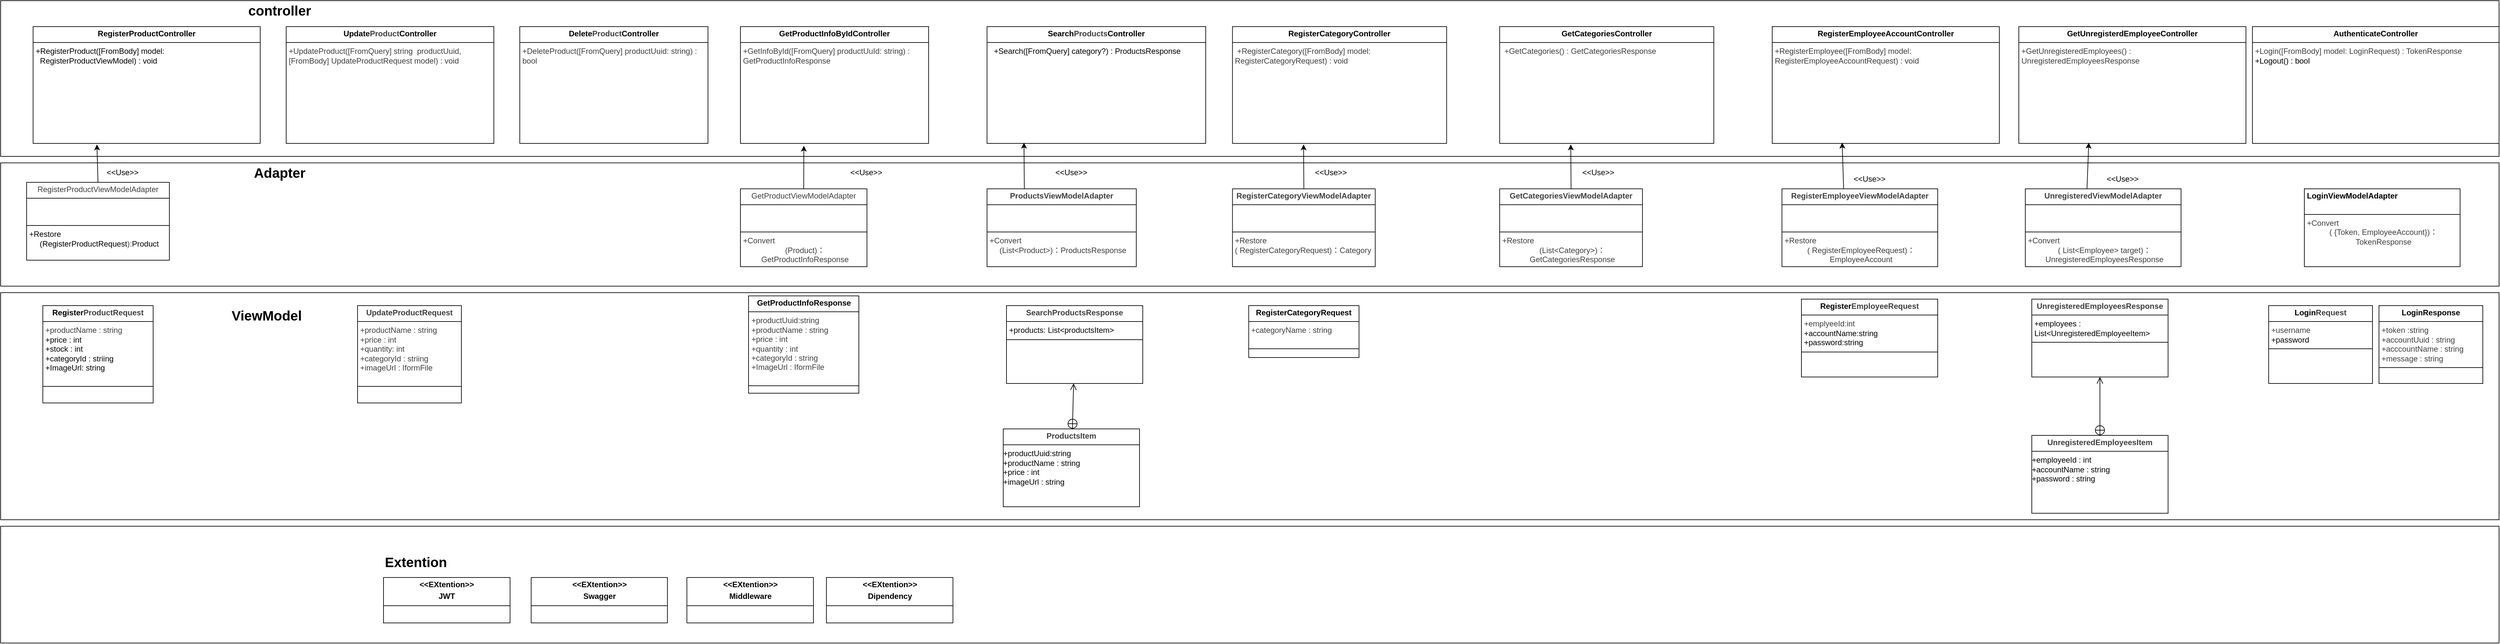
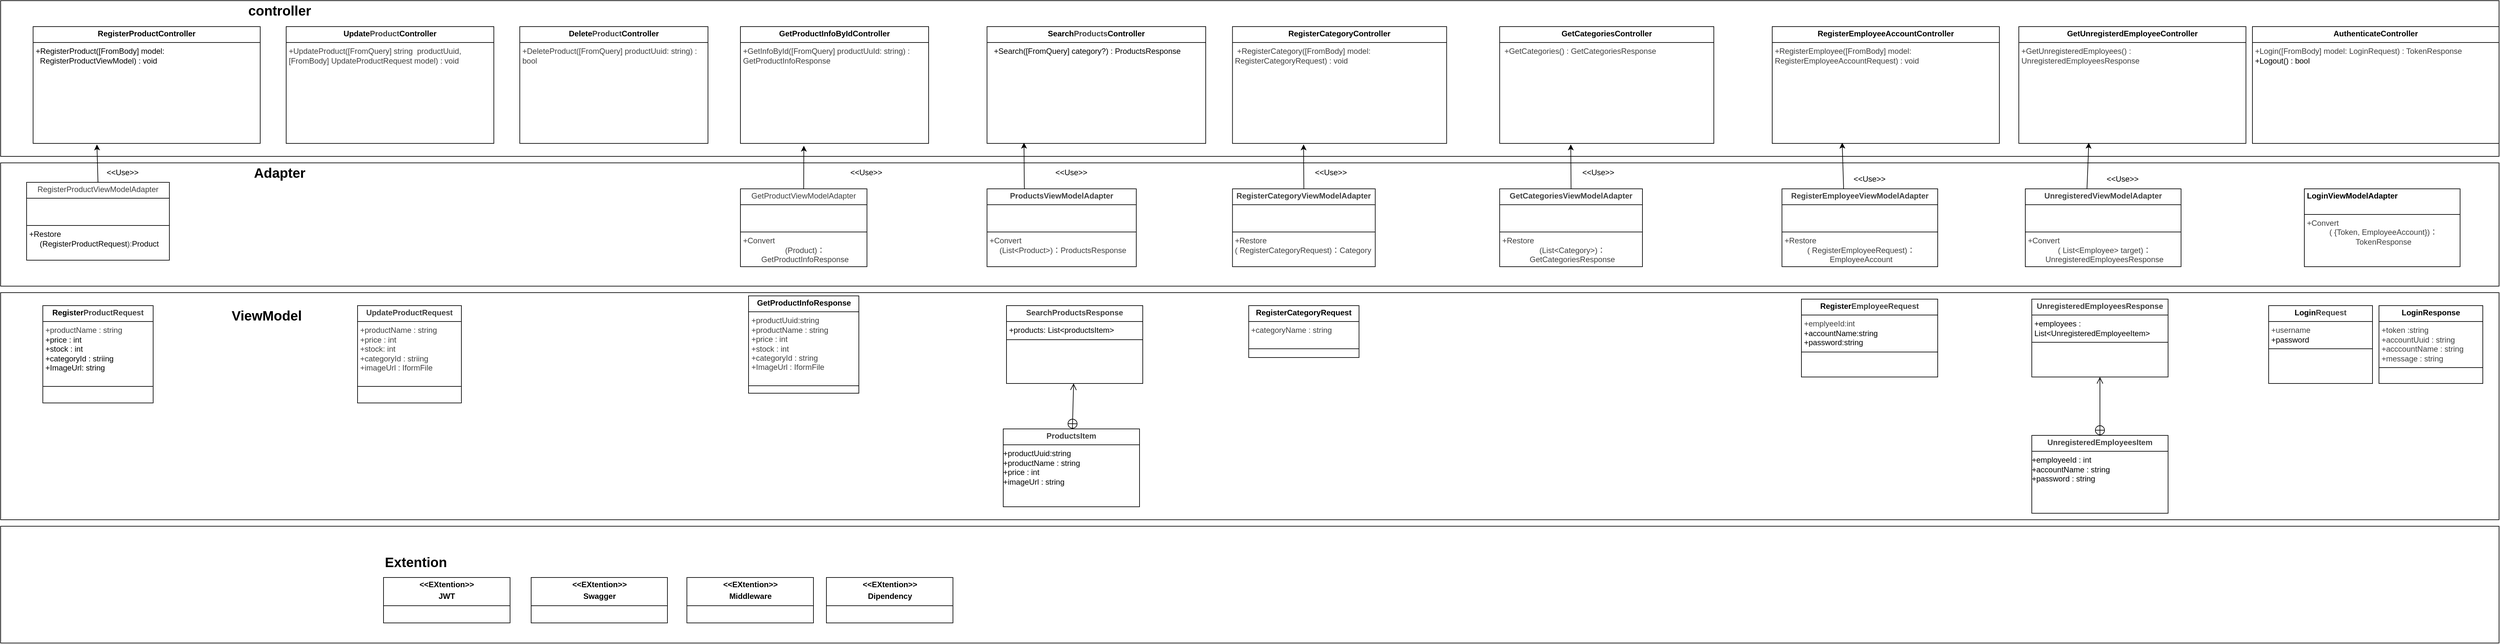
<mxfile host="65bd71144e">
    <diagram id="EApjV0AEF5bl3lN2ML2e" name="ページ1">
-         <mxGraphModel dx="2465" dy="260" grid="1" gridSize="10" guides="1" tooltips="1" connect="1" arrows="1" fold="1" page="1" pageScale="1" pageWidth="827" pageHeight="1169" math="0" shadow="0">
+         <mxGraphModel dx="2790" dy="684" grid="1" gridSize="10" guides="1" tooltips="1" connect="1" arrows="1" fold="1" page="1" pageScale="1" pageWidth="827" pageHeight="1169" math="0" shadow="0">
            <root>
                <mxCell id="0"/>
                <mxCell id="1" parent="0"/>
                <mxCell id="115" value="" style="rounded=0;whiteSpace=wrap;html=1;" parent="1" vertex="1">
                    <mxGeometry x="-1030" y="1640" width="3850" height="180" as="geometry"/>
                </mxCell>
                <mxCell id="110" value="" style="rounded=0;whiteSpace=wrap;html=1;" parent="1" vertex="1">
                    <mxGeometry x="-1030" y="1280" width="3850" height="350" as="geometry"/>
                </mxCell>
                <mxCell id="108" value="" style="rounded=0;whiteSpace=wrap;html=1;" parent="1" vertex="1">
                    <mxGeometry x="-1030" y="830" width="3850" height="240" as="geometry"/>
                </mxCell>
                <mxCell id="66" value="" style="rounded=0;whiteSpace=wrap;html=1;" parent="1" vertex="1">
                    <mxGeometry x="-1030" y="1080" width="3850" height="190" as="geometry"/>
                </mxCell>
                <mxCell id="2" value="&lt;p style=&quot;margin:0px;margin-top:4px;text-align:center;&quot;&gt;&lt;b&gt;RegisterProductController&lt;/b&gt;&lt;/p&gt;&lt;hr size=&quot;1&quot; style=&quot;border-style:solid;&quot;&gt;&lt;p style=&quot;margin:0px;margin-left:4px;&quot;&gt;+RegisterProduct([FromBody] model:&amp;nbsp; &amp;nbsp;&amp;nbsp;&lt;/p&gt;&lt;p style=&quot;margin:0px;margin-left:4px;&quot;&gt;&amp;nbsp; RegisterProductViewModel) : void&lt;/p&gt;&lt;div&gt;&lt;br&gt;&lt;/div&gt;" style="verticalAlign=top;align=left;overflow=fill;html=1;whiteSpace=wrap;" parent="1" vertex="1">
                    <mxGeometry x="-980" y="870" width="350" height="180" as="geometry"/>
                </mxCell>
                <mxCell id="3" value="&lt;p style=&quot;margin:0px;margin-top:4px;text-align:center;&quot;&gt;&lt;b&gt;Register&lt;span style=&quot;color: rgb(63, 63, 63);&quot;&gt;ProductRequest&lt;/span&gt;&lt;/b&gt;&lt;/p&gt;&lt;hr size=&quot;1&quot; style=&quot;border-style:solid;&quot;&gt;&lt;p style=&quot;margin:0px;margin-left:4px;&quot;&gt;&lt;span style=&quot;color: rgb(63, 63, 63); background-color: transparent;&quot;&gt;+productName : string&lt;/span&gt;&lt;/p&gt;&lt;p style=&quot;margin:0px;margin-left:4px;&quot;&gt;+price : int&lt;/p&gt;&lt;p style=&quot;margin:0px;margin-left:4px;&quot;&gt;+stock : int&lt;/p&gt;&lt;p style=&quot;margin:0px;margin-left:4px;&quot;&gt;+categoryId : striing&lt;/p&gt;&lt;p style=&quot;margin:0px;margin-left:4px;&quot;&gt;+ImageUrl: string&lt;/p&gt;&lt;p style=&quot;margin:0px;margin-left:4px;&quot;&gt;&lt;br&gt;&lt;/p&gt;&lt;hr size=&quot;1&quot; style=&quot;border-style:solid;&quot;&gt;&lt;p style=&quot;margin:0px;margin-left:4px;&quot;&gt;&lt;br&gt;&lt;/p&gt;" style="verticalAlign=top;align=left;overflow=fill;html=1;whiteSpace=wrap;" parent="1" vertex="1">
                    <mxGeometry x="-965" y="1300" width="170" height="150" as="geometry"/>
                </mxCell>
                <mxCell id="4" value="&lt;p style=&quot;margin:0px;margin-top:4px;text-align:center;&quot;&gt;&lt;span style=&quot;color: rgb(63, 63, 63); background-color: transparent;&quot;&gt;Register&lt;span style=&quot;color: rgb(63, 63, 63); scrollbar-color: rgb(226, 226, 226) rgb(251, 251, 251);&quot;&gt;Product&lt;/span&gt;ViewModelAdapter&lt;/span&gt;&lt;/p&gt;&lt;hr size=&quot;1&quot; style=&quot;border-style:solid;&quot;&gt;&lt;p style=&quot;margin:0px;margin-left:4px;&quot;&gt;&lt;br&gt;&lt;/p&gt;&lt;p style=&quot;margin:0px;margin-left:4px;&quot;&gt;&lt;br&gt;&lt;/p&gt;&lt;hr size=&quot;1&quot; style=&quot;border-style:solid;&quot;&gt;&lt;p style=&quot;margin:0px;margin-left:4px;&quot;&gt;+Restore&lt;/p&gt;&lt;p style=&quot;text-align: center; margin: 0px 0px 0px 4px;&quot;&gt;&lt;span style=&quot;background-color: transparent;&quot;&gt;(RegisterProductRequest&lt;/span&gt;&lt;span style=&quot;background-color: transparent; color: rgb(63, 63, 63);&quot;&gt;):&lt;/span&gt;&lt;span style=&quot;background-color: transparent;&quot;&gt;Product&lt;/span&gt;&lt;/p&gt;" style="verticalAlign=top;align=left;overflow=fill;html=1;whiteSpace=wrap;" parent="1" vertex="1">
                    <mxGeometry x="-990" y="1110" width="220" height="120" as="geometry"/>
                </mxCell>
                <mxCell id="5" value="&lt;p style=&quot;margin:0px;margin-top:4px;text-align:center;&quot;&gt;&lt;b&gt;Update&lt;/b&gt;&lt;b style=&quot;color: rgb(63, 63, 63); scrollbar-color: rgb(226, 226, 226) rgb(251, 251, 251);&quot;&gt;Product&lt;/b&gt;&lt;b&gt;Controller&lt;/b&gt;&lt;/p&gt;&lt;hr size=&quot;1&quot; style=&quot;border-style:solid;&quot;&gt;&lt;p style=&quot;margin:0px;margin-left:4px;&quot;&gt;&lt;/p&gt;&lt;p style=&quot;margin:0px;margin-left:4px;&quot;&gt;&lt;span style=&quot;color: rgb(63, 63, 63); background-color: transparent;&quot;&gt;+UpdateProduct([FromQuery] string&amp;nbsp; productUuid,&amp;nbsp; [FromBody] UpdateProductRequest model) : void&lt;/span&gt;&lt;/p&gt;" style="verticalAlign=top;align=left;overflow=fill;html=1;whiteSpace=wrap;" parent="1" vertex="1">
                    <mxGeometry x="-590" y="870" width="320" height="180" as="geometry"/>
                </mxCell>
                <mxCell id="6" value="&lt;p style=&quot;margin:0px;margin-top:4px;text-align:center;&quot;&gt;&lt;b&gt;Delete&lt;/b&gt;&lt;b style=&quot;color: rgb(63, 63, 63); scrollbar-color: rgb(226, 226, 226) rgb(251, 251, 251);&quot;&gt;Product&lt;/b&gt;&lt;b&gt;Controller&lt;/b&gt;&lt;/p&gt;&lt;hr size=&quot;1&quot; style=&quot;border-style:solid;&quot;&gt;&lt;p style=&quot;color: rgb(63, 63, 63); scrollbar-color: rgb(226, 226, 226) rgb(251, 251, 251); margin: 0px 0px 0px 4px;&quot;&gt;&lt;span style=&quot;background-color: transparent;&quot;&gt;+DeleteProduct([FromQuery] productUuid: string) : bool&lt;/span&gt;&lt;/p&gt;" style="verticalAlign=top;align=left;overflow=fill;html=1;whiteSpace=wrap;" parent="1" vertex="1">
                    <mxGeometry x="-230" y="870" width="290" height="180" as="geometry"/>
                </mxCell>
                <mxCell id="7" value="&lt;p style=&quot;margin:0px;margin-top:4px;text-align:center;&quot;&gt;&lt;b&gt;Search&lt;/b&gt;&lt;b style=&quot;color: rgb(63, 63, 63); scrollbar-color: rgb(226, 226, 226) rgb(251, 251, 251);&quot;&gt;Products&lt;/b&gt;&lt;b&gt;Controller&lt;/b&gt;&lt;/p&gt;&lt;hr size=&quot;1&quot; style=&quot;border-style:solid;&quot;&gt;&lt;p style=&quot;margin:0px;margin-left:4px;&quot;&gt;&amp;nbsp; +Search([FromQuery] category?) : ProductsResponse&lt;/p&gt;" style="verticalAlign=top;align=left;overflow=fill;html=1;whiteSpace=wrap;" parent="1" vertex="1">
                    <mxGeometry x="490" y="870" width="337" height="180" as="geometry"/>
                </mxCell>
                <mxCell id="8" value="&lt;p style=&quot;margin:0px;margin-top:4px;text-align:center;&quot;&gt;&lt;b&gt;RegisterEmployeeAccountController&lt;/b&gt;&lt;/p&gt;&lt;hr size=&quot;1&quot; style=&quot;border-style:solid;&quot;&gt;&lt;p style=&quot;margin:0px;margin-left:4px;&quot;&gt;&lt;span style=&quot;color: rgb(63, 63, 63); background-color: transparent;&quot;&gt;+RegisterEmployee([FromBody] model: RegisterEmployeeAccountRequest) : void&lt;/span&gt;&lt;/p&gt;&lt;div&gt;&lt;br&gt;&lt;/div&gt;" style="verticalAlign=top;align=left;overflow=fill;html=1;whiteSpace=wrap;" parent="1" vertex="1">
                    <mxGeometry x="1700" y="870" width="350" height="180" as="geometry"/>
                </mxCell>
                <mxCell id="9" value="&lt;p style=&quot;margin:0px;margin-top:4px;text-align:center;&quot;&gt;&lt;b&gt;AuthenticateController&lt;/b&gt;&lt;/p&gt;&lt;hr size=&quot;1&quot; style=&quot;border-style:solid;&quot;&gt;&lt;p style=&quot;margin:0px;margin-left:4px;&quot;&gt;&lt;span style=&quot;color: rgb(63, 63, 63); background-color: transparent;&quot;&gt;+Login([FromBody] model: LoginRequest) : TokenResponse&amp;nbsp;&lt;/span&gt;&lt;/p&gt;&lt;p style=&quot;margin:0px;margin-left:4px;&quot;&gt;+Logout() : bool&lt;/p&gt;" style="verticalAlign=top;align=left;overflow=fill;html=1;whiteSpace=wrap;" parent="1" vertex="1">
                    <mxGeometry x="2440" y="870" width="380" height="180" as="geometry"/>
                </mxCell>
-                 <mxCell id="10" value="&lt;p style=&quot;margin:0px;margin-top:4px;text-align:center;&quot;&gt;&lt;b&gt;&lt;span style=&quot;background-color: transparent; color: rgb(63, 63, 63); scrollbar-color: rgb(226, 226, 226) rgb(251, 251, 251);&quot;&gt;Update&lt;/span&gt;&lt;span style=&quot;color: rgb(63, 63, 63);&quot;&gt;ProductRequest&lt;/span&gt;&lt;/b&gt;&lt;/p&gt;&lt;hr size=&quot;1&quot; style=&quot;border-style:solid;&quot;&gt;&lt;p style=&quot;color: rgb(63, 63, 63); scrollbar-color: rgb(226, 226, 226) rgb(251, 251, 251); margin: 0px 0px 0px 4px;&quot;&gt;&lt;span style=&quot;scrollbar-color: rgb(226, 226, 226) rgb(251, 251, 251); background-color: transparent; color: rgb(63, 63, 63);&quot;&gt;+productName : string&lt;/span&gt;&lt;/p&gt;&lt;p style=&quot;color: rgb(63, 63, 63); scrollbar-color: rgb(226, 226, 226) rgb(251, 251, 251); margin: 0px 0px 0px 4px;&quot;&gt;+price : int&lt;/p&gt;&lt;p style=&quot;color: rgb(63, 63, 63); scrollbar-color: rgb(226, 226, 226) rgb(251, 251, 251); margin: 0px 0px 0px 4px;&quot;&gt;+quantity: int&lt;/p&gt;&lt;p style=&quot;color: rgb(63, 63, 63); scrollbar-color: rgb(226, 226, 226) rgb(251, 251, 251); margin: 0px 0px 0px 4px;&quot;&gt;+categoryId : striing&lt;/p&gt;&lt;p style=&quot;color: rgb(63, 63, 63); scrollbar-color: rgb(226, 226, 226) rgb(251, 251, 251); margin: 0px 0px 0px 4px;&quot;&gt;+imageUrl : IformFile&lt;/p&gt;&lt;p style=&quot;color: rgb(63, 63, 63); scrollbar-color: rgb(226, 226, 226) rgb(251, 251, 251); margin: 0px 0px 0px 4px;&quot;&gt;&lt;br style=&quot;color: rgb(63, 63, 63); scrollbar-color: rgb(226, 226, 226) rgb(251, 251, 251);&quot;&gt;&lt;/p&gt;&lt;hr size=&quot;1&quot; style=&quot;border-style:solid;&quot;&gt;&lt;p style=&quot;margin:0px;margin-left:4px;&quot;&gt;&lt;br&gt;&lt;/p&gt;" style="verticalAlign=top;align=left;overflow=fill;html=1;whiteSpace=wrap;" parent="1" vertex="1">
+                 <mxCell id="10" value="&lt;p style=&quot;margin:0px;margin-top:4px;text-align:center;&quot;&gt;&lt;b&gt;&lt;span style=&quot;background-color: transparent; color: rgb(63, 63, 63); scrollbar-color: rgb(226, 226, 226) rgb(251, 251, 251);&quot;&gt;Update&lt;/span&gt;&lt;span style=&quot;color: rgb(63, 63, 63);&quot;&gt;ProductRequest&lt;/span&gt;&lt;/b&gt;&lt;/p&gt;&lt;hr size=&quot;1&quot; style=&quot;border-style:solid;&quot;&gt;&lt;p style=&quot;color: rgb(63, 63, 63); scrollbar-color: rgb(226, 226, 226) rgb(251, 251, 251); margin: 0px 0px 0px 4px;&quot;&gt;&lt;span style=&quot;scrollbar-color: rgb(226, 226, 226) rgb(251, 251, 251); background-color: transparent; color: rgb(63, 63, 63);&quot;&gt;+productName : string&lt;/span&gt;&lt;/p&gt;&lt;p style=&quot;color: rgb(63, 63, 63); scrollbar-color: rgb(226, 226, 226) rgb(251, 251, 251); margin: 0px 0px 0px 4px;&quot;&gt;+price : int&lt;/p&gt;&lt;p style=&quot;color: rgb(63, 63, 63); scrollbar-color: rgb(226, 226, 226) rgb(251, 251, 251); margin: 0px 0px 0px 4px;&quot;&gt;+stock: int&lt;/p&gt;&lt;p style=&quot;color: rgb(63, 63, 63); scrollbar-color: rgb(226, 226, 226) rgb(251, 251, 251); margin: 0px 0px 0px 4px;&quot;&gt;+categoryId : striing&lt;/p&gt;&lt;p style=&quot;color: rgb(63, 63, 63); scrollbar-color: rgb(226, 226, 226) rgb(251, 251, 251); margin: 0px 0px 0px 4px;&quot;&gt;+imageUrl : IformFile&lt;/p&gt;&lt;p style=&quot;color: rgb(63, 63, 63); scrollbar-color: rgb(226, 226, 226) rgb(251, 251, 251); margin: 0px 0px 0px 4px;&quot;&gt;&lt;br style=&quot;color: rgb(63, 63, 63); scrollbar-color: rgb(226, 226, 226) rgb(251, 251, 251);&quot;&gt;&lt;/p&gt;&lt;hr size=&quot;1&quot; style=&quot;border-style:solid;&quot;&gt;&lt;p style=&quot;margin:0px;margin-left:4px;&quot;&gt;&lt;br&gt;&lt;/p&gt;" style="verticalAlign=top;align=left;overflow=fill;html=1;whiteSpace=wrap;" parent="1" vertex="1">
                    <mxGeometry x="-480" y="1300" width="160" height="150" as="geometry"/>
                </mxCell>
                <mxCell id="12" value="&lt;p style=&quot;margin:0px;margin-top:4px;text-align:center;&quot;&gt;&lt;b&gt;Register&lt;/b&gt;&lt;b style=&quot;scrollbar-color: rgb(226, 226, 226) rgb(251, 251, 251); background-color: transparent; color: rgb(63, 63, 63);&quot;&gt;EmployeeRequest&lt;/b&gt;&lt;/p&gt;&lt;hr size=&quot;1&quot; style=&quot;border-style:solid;&quot;&gt;&lt;p style=&quot;margin:0px;margin-left:4px;&quot;&gt;&lt;span style=&quot;color: rgb(63, 63, 63); background-color: transparent;&quot;&gt;+emplyeeId:int&lt;/span&gt;&lt;/p&gt;&lt;p style=&quot;margin:0px;margin-left:4px;&quot;&gt;+accountName:string&lt;/p&gt;&lt;p style=&quot;margin:0px;margin-left:4px;&quot;&gt;+password:string&lt;/p&gt;&lt;hr size=&quot;1&quot; style=&quot;border-style:solid;&quot;&gt;&lt;p style=&quot;margin:0px;margin-left:4px;&quot;&gt;&lt;br&gt;&lt;/p&gt;" style="verticalAlign=top;align=left;overflow=fill;html=1;whiteSpace=wrap;" parent="1" vertex="1">
                    <mxGeometry x="1745" y="1290" width="210" height="120" as="geometry"/>
                </mxCell>
                <mxCell id="13" value="&lt;p style=&quot;margin:0px;margin-top:4px;text-align:center;&quot;&gt;&lt;b style=&quot;color: rgb(63, 63, 63); background-color: transparent;&quot;&gt;Register&lt;span style=&quot;color: rgb(63, 63, 63);&quot;&gt;Employee&lt;/span&gt;ViewModelAdapter&lt;/b&gt;&lt;/p&gt;&lt;hr size=&quot;1&quot; style=&quot;border-style:solid;&quot;&gt;&lt;p style=&quot;margin:0px;margin-left:4px;&quot;&gt;&lt;br&gt;&lt;/p&gt;&lt;p style=&quot;margin:0px;margin-left:4px;&quot;&gt;&lt;br&gt;&lt;/p&gt;&lt;hr size=&quot;1&quot; style=&quot;border-style:solid;&quot;&gt;&lt;p style=&quot;margin:0px;margin-left:4px;&quot;&gt;&lt;span style=&quot;color: rgb(63, 63, 63); scrollbar-color: rgb(226, 226, 226) rgb(251, 251, 251); background-color: transparent;&quot;&gt;+Restore&lt;/span&gt;&lt;/p&gt;&lt;p style=&quot;text-align: center; margin: 0px 0px 0px 4px;&quot;&gt;&lt;span style=&quot;color: rgb(63, 63, 63); scrollbar-color: rgb(226, 226, 226) rgb(251, 251, 251); background-color: transparent;&quot;&gt;(&lt;/span&gt;&lt;span style=&quot;scrollbar-color: rgb(226, 226, 226) rgb(251, 251, 251); background-color: transparent; text-align: center; color: rgb(63, 63, 63);&quot;&gt;&amp;nbsp;RegisterEmployeeRequest&lt;/span&gt;&lt;span style=&quot;background-color: transparent; scrollbar-color: rgb(226, 226, 226) rgb(251, 251, 251); color: rgb(63, 63, 63);&quot;&gt;)&lt;/span&gt;&lt;span style=&quot;background-color: transparent; color: rgb(63, 63, 63);&quot;&gt;：EmployeeAccount&lt;/span&gt;&lt;/p&gt;" style="verticalAlign=top;align=left;overflow=fill;html=1;whiteSpace=wrap;" parent="1" vertex="1">
                    <mxGeometry x="1715" y="1120" width="240" height="120" as="geometry"/>
                </mxCell>
                <mxCell id="16" value="&lt;p style=&quot;margin:0px;margin-top:4px;text-align:center;&quot;&gt;&lt;b&gt;Login&lt;span style=&quot;color: rgb(63, 63, 63);&quot;&gt;Request&lt;/span&gt;&lt;/b&gt;&lt;/p&gt;&lt;hr size=&quot;1&quot; style=&quot;border-style:solid;&quot;&gt;&lt;p style=&quot;margin:0px;margin-left:4px;&quot;&gt;&lt;span style=&quot;color: rgb(63, 63, 63); background-color: transparent;&quot;&gt;+username&lt;/span&gt;&lt;/p&gt;&lt;p style=&quot;margin:0px;margin-left:4px;&quot;&gt;+password&lt;/p&gt;&lt;hr size=&quot;1&quot; style=&quot;border-style:solid;&quot;&gt;&lt;p style=&quot;margin:0px;margin-left:4px;&quot;&gt;&lt;br&gt;&lt;/p&gt;" style="verticalAlign=top;align=left;overflow=fill;html=1;whiteSpace=wrap;" parent="1" vertex="1">
                    <mxGeometry x="2465" y="1300" width="160" height="120" as="geometry"/>
                </mxCell>
                <mxCell id="17" value="&lt;p style=&quot;margin:0px;margin-top:4px;text-align:center;&quot;&gt;&lt;b&gt;LoginResponse&lt;/b&gt;&lt;/p&gt;&lt;hr size=&quot;1&quot; style=&quot;border-style:solid;&quot;&gt;&lt;p style=&quot;margin:0px;margin-left:4px;&quot;&gt;&lt;span style=&quot;color: rgb(63, 63, 63); background-color: transparent;&quot;&gt;+token :string&lt;/span&gt;&lt;/p&gt;&lt;p style=&quot;margin:0px;margin-left:4px;&quot;&gt;&lt;span style=&quot;color: rgb(63, 63, 63); background-color: transparent;&quot;&gt;+accountUuid : string&lt;/span&gt;&lt;/p&gt;&lt;p style=&quot;margin:0px;margin-left:4px;&quot;&gt;&lt;span style=&quot;color: rgb(63, 63, 63); background-color: transparent;&quot;&gt;+acccountName : string&lt;/span&gt;&lt;/p&gt;&lt;p style=&quot;margin:0px;margin-left:4px;&quot;&gt;&lt;span style=&quot;color: rgb(63, 63, 63); background-color: transparent;&quot;&gt;+message : string&lt;/span&gt;&lt;/p&gt;&lt;hr size=&quot;1&quot; style=&quot;border-style:solid;&quot;&gt;&lt;p style=&quot;margin:0px;margin-left:4px;&quot;&gt;&lt;br&gt;&lt;/p&gt;" style="verticalAlign=top;align=left;overflow=fill;html=1;whiteSpace=wrap;" parent="1" vertex="1">
                    <mxGeometry x="2635" y="1300" width="160" height="120" as="geometry"/>
                </mxCell>
                <mxCell id="18" value="&lt;p style=&quot;margin:0px;margin-top:4px;text-align:center;&quot;&gt;&lt;b&gt;&amp;lt;&amp;lt;EXtention&amp;gt;&amp;gt;&lt;/b&gt;&lt;/p&gt;&lt;p style=&quot;margin:0px;margin-top:4px;text-align:center;&quot;&gt;&lt;b&gt;JWT&lt;/b&gt;&lt;/p&gt;&lt;hr size=&quot;1&quot; style=&quot;border-style:solid;&quot;&gt;&lt;p style=&quot;margin:0px;margin-left:4px;&quot;&gt;&lt;br&gt;&lt;/p&gt;&lt;p style=&quot;margin:0px;margin-left:4px;&quot;&gt;&lt;br&gt;&lt;/p&gt;&lt;hr size=&quot;1&quot; style=&quot;border-style:solid;&quot;&gt;&lt;p style=&quot;margin:0px;margin-left:4px;&quot;&gt;&lt;br&gt;&lt;/p&gt;&lt;p style=&quot;margin:0px;margin-left:4px;&quot;&gt;&lt;br&gt;&lt;/p&gt;" style="verticalAlign=top;align=left;overflow=fill;html=1;whiteSpace=wrap;" parent="1" vertex="1">
                    <mxGeometry x="-440" y="1719" width="195" height="70" as="geometry"/>
                </mxCell>
                <mxCell id="19" value="&lt;p style=&quot;margin:0px;margin-top:4px;text-align:center;&quot;&gt;&lt;b&gt;&amp;lt;&amp;lt;EXtention&amp;gt;&amp;gt;&lt;/b&gt;&lt;/p&gt;&lt;p style=&quot;margin:0px;margin-top:4px;text-align:center;&quot;&gt;&lt;b&gt;Swagger&lt;/b&gt;&lt;/p&gt;&lt;hr size=&quot;1&quot; style=&quot;border-style:solid;&quot;&gt;&lt;p style=&quot;margin:0px;margin-left:4px;&quot;&gt;&lt;br&gt;&lt;/p&gt;&lt;p style=&quot;margin:0px;margin-left:4px;&quot;&gt;&lt;br&gt;&lt;/p&gt;&lt;hr size=&quot;1&quot; style=&quot;border-style:solid;&quot;&gt;&lt;p style=&quot;margin:0px;margin-left:4px;&quot;&gt;&lt;br&gt;&lt;/p&gt;" style="verticalAlign=top;align=left;overflow=fill;html=1;whiteSpace=wrap;" parent="1" vertex="1">
                    <mxGeometry x="-212.5" y="1719" width="210" height="70" as="geometry"/>
                </mxCell>
                <mxCell id="20" value="&lt;p style=&quot;margin:0px;margin-top:4px;text-align:center;&quot;&gt;&lt;b&gt;&amp;lt;&amp;lt;EXtention&amp;gt;&amp;gt;&lt;/b&gt;&lt;/p&gt;&lt;p style=&quot;margin:0px;margin-top:4px;text-align:center;&quot;&gt;&lt;b&gt;Middleware&lt;/b&gt;&lt;/p&gt;&lt;hr size=&quot;1&quot; style=&quot;border-style:solid;&quot;&gt;&lt;p style=&quot;margin:0px;margin-left:4px;&quot;&gt;&lt;br&gt;&lt;/p&gt;&lt;hr size=&quot;1&quot; style=&quot;border-style:solid;&quot;&gt;&lt;p style=&quot;margin:0px;margin-left:4px;&quot;&gt;&lt;br&gt;&lt;/p&gt;" style="verticalAlign=top;align=left;overflow=fill;html=1;whiteSpace=wrap;" parent="1" vertex="1">
                    <mxGeometry x="27.5" y="1719" width="195" height="70" as="geometry"/>
                </mxCell>
                <mxCell id="21" value="&lt;p style=&quot;margin:0px;margin-top:4px;text-align:center;&quot;&gt;&lt;b&gt;&amp;lt;&amp;lt;EXtention&amp;gt;&amp;gt;&lt;/b&gt;&lt;/p&gt;&lt;p style=&quot;margin:0px;margin-top:4px;text-align:center;&quot;&gt;&lt;b&gt;Dipendency&lt;/b&gt;&lt;/p&gt;&lt;hr size=&quot;1&quot; style=&quot;border-style:solid;&quot;&gt;&lt;p style=&quot;margin:0px;margin-left:4px;&quot;&gt;&lt;br&gt;&lt;/p&gt;&lt;hr size=&quot;1&quot; style=&quot;border-style:solid;&quot;&gt;&lt;p style=&quot;margin:0px;margin-left:4px;&quot;&gt;&lt;br&gt;&lt;/p&gt;&lt;p style=&quot;margin:0px;margin-left:4px;&quot;&gt;&lt;br&gt;&lt;/p&gt;" style="verticalAlign=top;align=left;overflow=fill;html=1;whiteSpace=wrap;" parent="1" vertex="1">
                    <mxGeometry x="242.5" y="1719" width="195" height="70" as="geometry"/>
                </mxCell>
                <mxCell id="22" value="&lt;p style=&quot;margin:0px;margin-top:4px;text-align:center;&quot;&gt;&lt;b&gt;RegisterCategoryController&lt;/b&gt;&lt;/p&gt;&lt;hr size=&quot;1&quot; style=&quot;border-style:solid;&quot;&gt;&lt;p style=&quot;margin:0px;margin-left:4px;&quot;&gt;&lt;/p&gt;&lt;p style=&quot;margin:0px;margin-left:4px;&quot;&gt;&lt;span style=&quot;color: rgb(63, 63, 63); background-color: transparent;&quot;&gt;&amp;nbsp;+RegisterCategory([FromBody] model: RegisterCategoryRequest) : void&lt;/span&gt;&lt;/p&gt;" style="verticalAlign=top;align=left;overflow=fill;html=1;whiteSpace=wrap;" parent="1" vertex="1">
                    <mxGeometry x="868.25" y="870" width="330" height="180" as="geometry"/>
                </mxCell>
                <mxCell id="23" value="&lt;p style=&quot;margin:0px;margin-top:4px;text-align:center;&quot;&gt;&lt;b&gt;RegisterCategoryRequest&lt;/b&gt;&lt;/p&gt;&lt;hr size=&quot;1&quot; style=&quot;border-style:solid;&quot;&gt;&lt;p style=&quot;color: rgb(63, 63, 63); scrollbar-color: rgb(226, 226, 226) rgb(251, 251, 251); margin: 0px 0px 0px 4px;&quot;&gt;+categoryName : string&lt;/p&gt;&lt;p style=&quot;margin:0px;margin-left:4px;&quot;&gt;&lt;br&gt;&lt;/p&gt;&lt;hr size=&quot;1&quot; style=&quot;border-style:solid;&quot;&gt;&lt;p style=&quot;margin:0px;margin-left:4px;&quot;&gt;&lt;br&gt;&lt;/p&gt;" style="verticalAlign=top;align=left;overflow=fill;html=1;whiteSpace=wrap;" parent="1" vertex="1">
                    <mxGeometry x="893.25" y="1300" width="170" height="80" as="geometry"/>
                </mxCell>
                <mxCell id="26" style="edgeStyle=none;html=1;exitX=0.5;exitY=0;exitDx=0;exitDy=0;entryX=0.281;entryY=1.009;entryDx=0;entryDy=0;entryPerimeter=0;" parent="1" source="4" target="2" edge="1">
                    <mxGeometry relative="1" as="geometry"/>
                </mxCell>
                <mxCell id="31" value="&lt;p style=&quot;margin:0px;margin-top:4px;text-align:center;&quot;&gt;&lt;b style=&quot;color: rgb(63, 63, 63); background-color: transparent;&quot;&gt;RegisterCategoryViewModelAdapter&lt;/b&gt;&lt;/p&gt;&lt;hr size=&quot;1&quot; style=&quot;border-style:solid;&quot;&gt;&lt;p style=&quot;margin:0px;margin-left:4px;&quot;&gt;&lt;br&gt;&lt;/p&gt;&lt;p style=&quot;margin:0px;margin-left:4px;&quot;&gt;&lt;br&gt;&lt;/p&gt;&lt;hr size=&quot;1&quot; style=&quot;border-style:solid;&quot;&gt;&lt;p style=&quot;margin:0px;margin-left:4px;&quot;&gt;&lt;span style=&quot;color: rgb(63, 63, 63); scrollbar-color: rgb(226, 226, 226) rgb(251, 251, 251); background-color: transparent;&quot;&gt;+Restore&lt;/span&gt;&lt;/p&gt;&lt;p style=&quot;margin:0px;margin-left:4px;&quot;&gt;&lt;span style=&quot;color: rgb(63, 63, 63); scrollbar-color: rgb(226, 226, 226) rgb(251, 251, 251); background-color: transparent;&quot;&gt;(&lt;/span&gt;&lt;span style=&quot;scrollbar-color: rgb(226, 226, 226) rgb(251, 251, 251); background-color: transparent; text-align: center; color: rgb(63, 63, 63);&quot;&gt;&amp;nbsp;RegisterCategoryRequest&lt;/span&gt;&lt;span style=&quot;background-color: transparent; scrollbar-color: rgb(226, 226, 226) rgb(251, 251, 251); color: rgb(63, 63, 63);&quot;&gt;)&lt;/span&gt;&lt;span style=&quot;background-color: transparent; color: rgb(63, 63, 63);&quot;&gt;：Category&lt;/span&gt;&lt;/p&gt;" style="verticalAlign=top;align=left;overflow=fill;html=1;whiteSpace=wrap;" parent="1" vertex="1">
                    <mxGeometry x="868.25" y="1120" width="220" height="120" as="geometry"/>
                </mxCell>
                <mxCell id="33" style="edgeStyle=none;html=1;exitX=0.5;exitY=0;exitDx=0;exitDy=0;entryX=0.332;entryY=1.009;entryDx=0;entryDy=0;entryPerimeter=0;" parent="1" source="31" target="22" edge="1">
                    <mxGeometry relative="1" as="geometry"/>
                </mxCell>
                <mxCell id="34" style="edgeStyle=none;html=1;exitX=0.396;exitY=0;exitDx=0;exitDy=0;entryX=0.308;entryY=0.994;entryDx=0;entryDy=0;entryPerimeter=0;exitPerimeter=0;" parent="1" source="13" target="8" edge="1">
                    <mxGeometry relative="1" as="geometry"/>
                </mxCell>
                <mxCell id="38" value="&amp;lt;&amp;lt;Use&amp;gt;&amp;gt;" style="text;html=1;align=center;verticalAlign=middle;whiteSpace=wrap;rounded=0;" parent="1" vertex="1">
                    <mxGeometry x="1820" y="1090" width="60" height="30" as="geometry"/>
                </mxCell>
                <mxCell id="39" value="&amp;lt;&amp;lt;Use&amp;gt;&amp;gt;" style="text;html=1;align=center;verticalAlign=middle;whiteSpace=wrap;rounded=0;" parent="1" vertex="1">
                    <mxGeometry x="990" y="1080" width="60" height="30" as="geometry"/>
                </mxCell>
                <mxCell id="42" value="&amp;lt;&amp;lt;Use&amp;gt;&amp;gt;" style="text;html=1;align=center;verticalAlign=middle;whiteSpace=wrap;rounded=0;" parent="1" vertex="1">
                    <mxGeometry x="-871.75" y="1080" width="60" height="30" as="geometry"/>
                </mxCell>
                <mxCell id="47" value="controller" style="text;html=1;align=center;verticalAlign=middle;whiteSpace=wrap;rounded=0;fontStyle=1;fontSize=21;" parent="1" vertex="1">
                    <mxGeometry x="-630" y="830" width="60" height="30" as="geometry"/>
                </mxCell>
                <mxCell id="64" value="Adapter" style="text;html=1;align=center;verticalAlign=middle;whiteSpace=wrap;rounded=0;fontStyle=1;fontSize=21;" parent="1" vertex="1">
                    <mxGeometry x="-630" y="1080" width="60" height="30" as="geometry"/>
                </mxCell>
                <mxCell id="67" value="ViewModel" style="text;html=1;align=center;verticalAlign=middle;whiteSpace=wrap;rounded=0;fontStyle=1;fontSize=21;" parent="1" vertex="1">
                    <mxGeometry x="-650" y="1300" width="60" height="30" as="geometry"/>
                </mxCell>
                <mxCell id="68" value="Extention" style="text;html=1;align=center;verticalAlign=middle;whiteSpace=wrap;rounded=0;fontStyle=1;fontSize=21;" parent="1" vertex="1">
                    <mxGeometry x="-420" y="1680" width="60" height="30" as="geometry"/>
                </mxCell>
                <mxCell id="80" value="&lt;p style=&quot;margin:0px;margin-top:4px;text-align:center;&quot;&gt;&lt;span style=&quot;color: rgb(63, 63, 63); background-color: transparent;&quot;&gt;&lt;b&gt;&lt;span style=&quot;color: rgb(63, 63, 63);&quot;&gt;Products&lt;/span&gt;ViewModelAdapter&lt;/b&gt;&lt;/span&gt;&lt;/p&gt;&lt;hr size=&quot;1&quot; style=&quot;border-style:solid;&quot;&gt;&lt;p style=&quot;margin:0px;margin-left:4px;&quot;&gt;&lt;br&gt;&lt;/p&gt;&lt;p style=&quot;margin:0px;margin-left:4px;&quot;&gt;&lt;br&gt;&lt;/p&gt;&lt;hr size=&quot;1&quot; style=&quot;border-style:solid;&quot;&gt;&lt;p style=&quot;margin:0px;margin-left:4px;&quot;&gt;&lt;span style=&quot;color: rgb(63, 63, 63); scrollbar-color: rgb(226, 226, 226) rgb(251, 251, 251); background-color: transparent;&quot;&gt;+Convert&lt;/span&gt;&lt;/p&gt;&lt;p style=&quot;text-align: center; margin: 0px 0px 0px 4px;&quot;&gt;&lt;span style=&quot;color: rgb(63, 63, 63); scrollbar-color: rgb(226, 226, 226) rgb(251, 251, 251); background-color: transparent;&quot;&gt;(List&amp;lt;Product&amp;gt;&lt;/span&gt;&lt;span style=&quot;background-color: transparent; scrollbar-color: rgb(226, 226, 226) rgb(251, 251, 251); color: rgb(63, 63, 63);&quot;&gt;)&lt;/span&gt;&lt;span style=&quot;background-color: transparent; color: rgb(63, 63, 63);&quot;&gt;：&lt;/span&gt;&lt;span style=&quot;background-color: transparent; scrollbar-color: rgb(226, 226, 226) rgb(251, 251, 251); color: rgb(63, 63, 63);&quot;&gt;ProductsResponse&lt;/span&gt;&lt;/p&gt;" style="verticalAlign=top;align=left;overflow=fill;html=1;whiteSpace=wrap;" parent="1" vertex="1">
                    <mxGeometry x="490" y="1120" width="230" height="120" as="geometry"/>
                </mxCell>
                <mxCell id="81" value="&amp;lt;&amp;lt;Use&amp;gt;&amp;gt;" style="text;html=1;align=center;verticalAlign=middle;whiteSpace=wrap;rounded=0;" parent="1" vertex="1">
                    <mxGeometry x="590" y="1080" width="60" height="30" as="geometry"/>
                </mxCell>
                <mxCell id="82" style="edgeStyle=none;html=1;exitX=0.25;exitY=0;exitDx=0;exitDy=0;entryX=0.169;entryY=0.994;entryDx=0;entryDy=0;entryPerimeter=0;" parent="1" source="80" target="7" edge="1">
                    <mxGeometry relative="1" as="geometry"/>
                </mxCell>
                <mxCell id="84" value="&lt;p style=&quot;margin:0px;margin-top:4px;text-align:center;&quot;&gt;&lt;b&gt;GetUnregisterdEmployeeController&lt;/b&gt;&lt;/p&gt;&lt;hr size=&quot;1&quot; style=&quot;border-style:solid;&quot;&gt;&lt;p style=&quot;margin:0px;margin-left:4px;&quot;&gt;&lt;span style=&quot;color: rgb(63, 63, 63); background-color: transparent;&quot;&gt;+GetUnregisteredEmployees() : UnregisteredEmployeesResponse&lt;/span&gt;&lt;/p&gt;&lt;div&gt;&lt;br&gt;&lt;/div&gt;" style="verticalAlign=top;align=left;overflow=fill;html=1;whiteSpace=wrap;" parent="1" vertex="1">
                    <mxGeometry x="2080" y="870" width="350" height="180" as="geometry"/>
                </mxCell>
                <mxCell id="85" value="&lt;p style=&quot;margin:0px;margin-top:4px;text-align:center;&quot;&gt;&lt;b style=&quot;color: rgb(63, 63, 63); background-color: transparent;&quot;&gt;UnregisteredViewModelAdapter&lt;/b&gt;&lt;/p&gt;&lt;hr size=&quot;1&quot; style=&quot;border-style:solid;&quot;&gt;&lt;p style=&quot;margin:0px;margin-left:4px;&quot;&gt;&lt;br&gt;&lt;/p&gt;&lt;p style=&quot;margin:0px;margin-left:4px;&quot;&gt;&lt;br&gt;&lt;/p&gt;&lt;hr size=&quot;1&quot; style=&quot;border-style:solid;&quot;&gt;&lt;p style=&quot;margin:0px;margin-left:4px;&quot;&gt;&lt;span style=&quot;color: rgb(63, 63, 63); scrollbar-color: rgb(226, 226, 226) rgb(251, 251, 251); background-color: transparent;&quot;&gt;+Convert&lt;/span&gt;&lt;/p&gt;&lt;p style=&quot;text-align: center; margin: 0px 0px 0px 4px;&quot;&gt;&lt;span style=&quot;color: rgb(63, 63, 63); scrollbar-color: rgb(226, 226, 226) rgb(251, 251, 251); background-color: transparent;&quot;&gt;(&lt;/span&gt;&lt;span style=&quot;scrollbar-color: rgb(226, 226, 226) rgb(251, 251, 251); background-color: transparent; text-align: center; color: rgb(63, 63, 63);&quot;&gt;&amp;nbsp;List&amp;lt;Employee&amp;gt; target&lt;/span&gt;&lt;span style=&quot;background-color: transparent; scrollbar-color: rgb(226, 226, 226) rgb(251, 251, 251); color: rgb(63, 63, 63);&quot;&gt;)&lt;/span&gt;&lt;span style=&quot;background-color: transparent; color: rgb(63, 63, 63);&quot;&gt;：UnregisteredEmployeesResponse&lt;/span&gt;&lt;/p&gt;" style="verticalAlign=top;align=left;overflow=fill;html=1;whiteSpace=wrap;" parent="1" vertex="1">
                    <mxGeometry x="2090" y="1120" width="240" height="120" as="geometry"/>
                </mxCell>
                <mxCell id="86" style="edgeStyle=none;html=1;exitX=0.396;exitY=0;exitDx=0;exitDy=0;entryX=0.308;entryY=0.994;entryDx=0;entryDy=0;entryPerimeter=0;exitPerimeter=0;" parent="1" source="85" target="84" edge="1">
                    <mxGeometry relative="1" as="geometry"/>
                </mxCell>
                <mxCell id="87" value="&amp;lt;&amp;lt;Use&amp;gt;&amp;gt;" style="text;html=1;align=center;verticalAlign=middle;whiteSpace=wrap;rounded=0;" parent="1" vertex="1">
                    <mxGeometry x="2210" y="1090" width="60" height="30" as="geometry"/>
                </mxCell>
                <mxCell id="88" value="&lt;p style=&quot;margin:0px;margin-top:4px;text-align:center;&quot;&gt;&lt;b&gt;GetCategoriesController&lt;/b&gt;&lt;/p&gt;&lt;hr size=&quot;1&quot; style=&quot;border-style:solid;&quot;&gt;&lt;p style=&quot;margin:0px;margin-left:4px;&quot;&gt;&lt;span style=&quot;color: rgb(63, 63, 63); background-color: transparent;&quot;&gt;&amp;nbsp;+GetCategories() : GetCategoriesResponse&lt;/span&gt;&lt;/p&gt;" style="verticalAlign=top;align=left;overflow=fill;html=1;whiteSpace=wrap;" parent="1" vertex="1">
                    <mxGeometry x="1280" y="870" width="330" height="180" as="geometry"/>
                </mxCell>
                <mxCell id="89" value="&lt;p style=&quot;margin:0px;margin-top:4px;text-align:center;&quot;&gt;&lt;b style=&quot;color: rgb(63, 63, 63); background-color: transparent;&quot;&gt;GetCategoriesViewModelAdapter&lt;/b&gt;&lt;/p&gt;&lt;hr size=&quot;1&quot; style=&quot;border-style:solid;&quot;&gt;&lt;p style=&quot;margin:0px;margin-left:4px;&quot;&gt;&lt;br&gt;&lt;/p&gt;&lt;p style=&quot;margin:0px;margin-left:4px;&quot;&gt;&lt;br&gt;&lt;/p&gt;&lt;hr size=&quot;1&quot; style=&quot;border-style:solid;&quot;&gt;&lt;p style=&quot;margin:0px;margin-left:4px;&quot;&gt;&lt;span style=&quot;color: rgb(63, 63, 63); scrollbar-color: rgb(226, 226, 226) rgb(251, 251, 251); background-color: transparent;&quot;&gt;+&lt;/span&gt;&lt;span style=&quot;background-color: transparent; color: rgb(63, 63, 63);&quot;&gt;Restore&lt;/span&gt;&lt;/p&gt;&lt;p style=&quot;text-align: center; margin: 0px 0px 0px 4px;&quot;&gt;&lt;span style=&quot;color: rgb(63, 63, 63); scrollbar-color: rgb(226, 226, 226) rgb(251, 251, 251); background-color: transparent;&quot;&gt;(List&amp;lt;Category&amp;gt;&lt;/span&gt;&lt;span style=&quot;background-color: transparent; scrollbar-color: rgb(226, 226, 226) rgb(251, 251, 251); color: rgb(63, 63, 63);&quot;&gt;)&lt;/span&gt;&lt;span style=&quot;background-color: transparent; color: rgb(63, 63, 63);&quot;&gt;：GetCategoriesResponse&lt;/span&gt;&lt;/p&gt;" style="verticalAlign=top;align=left;overflow=fill;html=1;whiteSpace=wrap;" parent="1" vertex="1">
                    <mxGeometry x="1280" y="1120" width="220" height="120" as="geometry"/>
                </mxCell>
                <mxCell id="90" style="edgeStyle=none;html=1;exitX=0.5;exitY=0;exitDx=0;exitDy=0;entryX=0.332;entryY=1.009;entryDx=0;entryDy=0;entryPerimeter=0;" parent="1" source="89" target="88" edge="1">
                    <mxGeometry relative="1" as="geometry"/>
                </mxCell>
                <mxCell id="91" value="&amp;lt;&amp;lt;Use&amp;gt;&amp;gt;" style="text;html=1;align=center;verticalAlign=middle;whiteSpace=wrap;rounded=0;" parent="1" vertex="1">
                    <mxGeometry x="1401.75" y="1080" width="60" height="30" as="geometry"/>
                </mxCell>
                <mxCell id="92" style="edgeStyle=none;html=1;exitX=0.5;exitY=0;exitDx=0;exitDy=0;entryX=0.337;entryY=1.02;entryDx=0;entryDy=0;entryPerimeter=0;" parent="1" source="94" target="93" edge="1">
                    <mxGeometry relative="1" as="geometry"/>
                </mxCell>
                <mxCell id="93" value="&lt;p style=&quot;margin:0px;margin-top:4px;text-align:center;&quot;&gt;&lt;b&gt;GetProductInfoByIdController&lt;/b&gt;&lt;/p&gt;&lt;hr size=&quot;1&quot; style=&quot;border-style:solid;&quot;&gt;&lt;p style=&quot;color: rgb(63, 63, 63); scrollbar-color: rgb(226, 226, 226) rgb(251, 251, 251); margin: 0px 0px 0px 4px;&quot;&gt;&lt;span style=&quot;background-color: transparent;&quot;&gt;+GetInfoById([FromQuery] productUuId: string) : GetProductInfoResponse&lt;/span&gt;&lt;/p&gt;" style="verticalAlign=top;align=left;overflow=fill;html=1;whiteSpace=wrap;" parent="1" vertex="1">
                    <mxGeometry x="110" y="870" width="290" height="180" as="geometry"/>
                </mxCell>
                <mxCell id="94" value="&lt;p style=&quot;margin:0px;margin-top:4px;text-align:center;&quot;&gt;&lt;span style=&quot;color: rgb(63, 63, 63); background-color: transparent;&quot;&gt;&lt;span style=&quot;color: rgb(63, 63, 63);&quot;&gt;GetProduct&lt;/span&gt;ViewModelAdapter&lt;/span&gt;&lt;/p&gt;&lt;hr size=&quot;1&quot; style=&quot;border-style:solid;&quot;&gt;&lt;p style=&quot;margin:0px;margin-left:4px;&quot;&gt;&lt;br&gt;&lt;/p&gt;&lt;p style=&quot;margin:0px;margin-left:4px;&quot;&gt;&lt;br&gt;&lt;/p&gt;&lt;hr size=&quot;1&quot; style=&quot;border-style:solid;&quot;&gt;&lt;p style=&quot;margin:0px;margin-left:4px;&quot;&gt;&lt;span style=&quot;color: rgb(63, 63, 63); scrollbar-color: rgb(226, 226, 226) rgb(251, 251, 251); background-color: transparent;&quot;&gt;+Convert&lt;/span&gt;&lt;/p&gt;&lt;p style=&quot;text-align: center; margin: 0px 0px 0px 4px;&quot;&gt;&lt;span style=&quot;color: rgb(63, 63, 63); scrollbar-color: rgb(226, 226, 226) rgb(251, 251, 251); background-color: transparent;&quot;&gt;(Product&lt;/span&gt;&lt;span style=&quot;background-color: transparent; scrollbar-color: rgb(226, 226, 226) rgb(251, 251, 251); color: rgb(63, 63, 63);&quot;&gt;)&lt;/span&gt;&lt;span style=&quot;background-color: transparent; color: rgb(63, 63, 63);&quot;&gt;：GetProductInfoResponse&lt;/span&gt;&lt;/p&gt;" style="verticalAlign=top;align=left;overflow=fill;html=1;whiteSpace=wrap;" parent="1" vertex="1">
                    <mxGeometry x="110" y="1120" width="195" height="120" as="geometry"/>
                </mxCell>
                <mxCell id="95" value="&amp;lt;&amp;lt;Use&amp;gt;&amp;gt;" style="text;html=1;align=center;verticalAlign=middle;whiteSpace=wrap;rounded=0;" parent="1" vertex="1">
                    <mxGeometry x="273.75" y="1080" width="60" height="30" as="geometry"/>
                </mxCell>
                <mxCell id="98" value="&lt;p style=&quot;margin:0px;margin-top:4px;text-align:center;&quot;&gt;&lt;span style=&quot;color: rgb(63, 63, 63);&quot;&gt;&lt;b&gt;UnregisteredEmployeesResponse&lt;/b&gt;&lt;/span&gt;&lt;/p&gt;&lt;hr size=&quot;1&quot; style=&quot;border-style:solid;&quot;&gt;&lt;p style=&quot;margin:0px;margin-left:4px;&quot;&gt;+employees : List&amp;lt;UnregisteredEmployeeItem&amp;gt;&amp;nbsp;&lt;/p&gt;&lt;hr size=&quot;1&quot; style=&quot;border-style:solid;&quot;&gt;&lt;p style=&quot;margin:0px;margin-left:4px;&quot;&gt;&lt;br&gt;&lt;/p&gt;" style="verticalAlign=top;align=left;overflow=fill;html=1;whiteSpace=wrap;" parent="1" vertex="1">
                    <mxGeometry x="2100" y="1290" width="210" height="120" as="geometry"/>
                </mxCell>
                <mxCell id="99" value="&lt;p style=&quot;margin:0px;margin-top:4px;text-align:center;&quot;&gt;&lt;span style=&quot;color: rgb(63, 63, 63);&quot;&gt;&lt;b&gt;UnregisteredEmployeesItem&lt;/b&gt;&lt;/span&gt;&lt;/p&gt;&lt;hr size=&quot;1&quot; style=&quot;border-style:solid;&quot;&gt;&lt;p style=&quot;margin:0px;margin-left:4px;&quot;&gt;&lt;/p&gt;&lt;p style=&quot;margin:0px;margin-left:4px;&quot;&gt;&lt;/p&gt;+employeeId : int&amp;nbsp;&lt;div&gt;+accountName : string&amp;nbsp;&lt;/div&gt;&lt;div&gt;+password : string&lt;/div&gt;" style="verticalAlign=top;align=left;overflow=fill;html=1;whiteSpace=wrap;" parent="1" vertex="1">
                    <mxGeometry x="2100" y="1500" width="210" height="120" as="geometry"/>
                </mxCell>
                <mxCell id="101" value="&lt;p style=&quot;margin:0px;margin-top:4px;text-align:center;&quot;&gt;&lt;span style=&quot;color: rgb(63, 63, 63);&quot;&gt;&lt;b&gt;SearchProductsResponse&lt;/b&gt;&lt;/span&gt;&lt;/p&gt;&lt;hr size=&quot;1&quot; style=&quot;border-style:solid;&quot;&gt;&lt;p style=&quot;margin:0px;margin-left:4px;&quot;&gt;+products: List&amp;lt;productsItem&amp;gt;&amp;nbsp;&lt;/p&gt;&lt;hr size=&quot;1&quot; style=&quot;border-style:solid;&quot;&gt;&lt;p style=&quot;margin:0px;margin-left:4px;&quot;&gt;&lt;br&gt;&lt;/p&gt;" style="verticalAlign=top;align=left;overflow=fill;html=1;whiteSpace=wrap;" parent="1" vertex="1">
                    <mxGeometry x="520" y="1300" width="210" height="120" as="geometry"/>
                </mxCell>
                <mxCell id="102" value="&lt;p style=&quot;margin:0px;margin-top:4px;text-align:center;&quot;&gt;&lt;span style=&quot;color: rgb(63, 63, 63);&quot;&gt;&lt;b&gt;ProductsItem&lt;/b&gt;&lt;/span&gt;&lt;/p&gt;&lt;hr size=&quot;1&quot; style=&quot;border-style:solid;&quot;&gt;&lt;p style=&quot;margin:0px;margin-left:4px;&quot;&gt;&lt;/p&gt;&lt;p style=&quot;margin:0px;margin-left:4px;&quot;&gt;&lt;/p&gt;+productUuid:string&lt;div&gt;+productName : string&amp;nbsp;&lt;/div&gt;&lt;div&gt;+price : int&lt;/div&gt;&lt;div&gt;+imageUrl : string&lt;/div&gt;" style="verticalAlign=top;align=left;overflow=fill;html=1;whiteSpace=wrap;" parent="1" vertex="1">
                    <mxGeometry x="515" y="1490" width="210" height="120" as="geometry"/>
                </mxCell>
-                 <mxCell id="103" value="&lt;p style=&quot;margin:0px;margin-top:4px;text-align:center;&quot;&gt;&lt;b&gt;GetProductInfoResponse&lt;/b&gt;&lt;/p&gt;&lt;hr size=&quot;1&quot; style=&quot;border-style:solid;&quot;&gt;&lt;p style=&quot;color: rgb(63, 63, 63); scrollbar-color: rgb(226, 226, 226) rgb(251, 251, 251); margin: 0px 0px 0px 4px;&quot;&gt;&lt;span style=&quot;scrollbar-color: rgb(226, 226, 226) rgb(251, 251, 251); background-color: transparent; color: rgb(63, 63, 63);&quot;&gt;+productUuid:string&lt;/span&gt;&lt;/p&gt;&lt;p style=&quot;color: rgb(63, 63, 63); scrollbar-color: rgb(226, 226, 226) rgb(251, 251, 251); margin: 0px 0px 0px 4px;&quot;&gt;&lt;span style=&quot;scrollbar-color: rgb(226, 226, 226) rgb(251, 251, 251); background-color: transparent; color: rgb(63, 63, 63);&quot;&gt;+productName : string&lt;/span&gt;&lt;/p&gt;&lt;p style=&quot;color: rgb(63, 63, 63); scrollbar-color: rgb(226, 226, 226) rgb(251, 251, 251); margin: 0px 0px 0px 4px;&quot;&gt;+price : int&lt;/p&gt;&lt;p style=&quot;color: rgb(63, 63, 63); scrollbar-color: rgb(226, 226, 226) rgb(251, 251, 251); margin: 0px 0px 0px 4px;&quot;&gt;+quantity : int&lt;/p&gt;&lt;p style=&quot;color: rgb(63, 63, 63); scrollbar-color: rgb(226, 226, 226) rgb(251, 251, 251); margin: 0px 0px 0px 4px;&quot;&gt;+categoryId : string&lt;/p&gt;&lt;p style=&quot;color: rgb(63, 63, 63); scrollbar-color: rgb(226, 226, 226) rgb(251, 251, 251); margin: 0px 0px 0px 4px;&quot;&gt;+ImageUrl : IformFile&lt;/p&gt;&lt;p style=&quot;margin:0px;margin-left:4px;&quot;&gt;&lt;br&gt;&lt;/p&gt;&lt;hr size=&quot;1&quot; style=&quot;border-style:solid;&quot;&gt;&lt;p style=&quot;margin:0px;margin-left:4px;&quot;&gt;&lt;br&gt;&lt;/p&gt;" style="verticalAlign=top;align=left;overflow=fill;html=1;whiteSpace=wrap;" parent="1" vertex="1">
+                 <mxCell id="103" value="&lt;p style=&quot;margin:0px;margin-top:4px;text-align:center;&quot;&gt;&lt;b&gt;GetProductInfoResponse&lt;/b&gt;&lt;/p&gt;&lt;hr size=&quot;1&quot; style=&quot;border-style:solid;&quot;&gt;&lt;p style=&quot;color: rgb(63, 63, 63); scrollbar-color: rgb(226, 226, 226) rgb(251, 251, 251); margin: 0px 0px 0px 4px;&quot;&gt;&lt;span style=&quot;scrollbar-color: rgb(226, 226, 226) rgb(251, 251, 251); background-color: transparent; color: rgb(63, 63, 63);&quot;&gt;+productUuid:string&lt;/span&gt;&lt;/p&gt;&lt;p style=&quot;color: rgb(63, 63, 63); scrollbar-color: rgb(226, 226, 226) rgb(251, 251, 251); margin: 0px 0px 0px 4px;&quot;&gt;&lt;span style=&quot;scrollbar-color: rgb(226, 226, 226) rgb(251, 251, 251); background-color: transparent; color: rgb(63, 63, 63);&quot;&gt;+productName : string&lt;/span&gt;&lt;/p&gt;&lt;p style=&quot;color: rgb(63, 63, 63); scrollbar-color: rgb(226, 226, 226) rgb(251, 251, 251); margin: 0px 0px 0px 4px;&quot;&gt;+price : int&lt;/p&gt;&lt;p style=&quot;color: rgb(63, 63, 63); scrollbar-color: rgb(226, 226, 226) rgb(251, 251, 251); margin: 0px 0px 0px 4px;&quot;&gt;+stock : int&lt;/p&gt;&lt;p style=&quot;color: rgb(63, 63, 63); scrollbar-color: rgb(226, 226, 226) rgb(251, 251, 251); margin: 0px 0px 0px 4px;&quot;&gt;+categoryId : string&lt;/p&gt;&lt;p style=&quot;color: rgb(63, 63, 63); scrollbar-color: rgb(226, 226, 226) rgb(251, 251, 251); margin: 0px 0px 0px 4px;&quot;&gt;+ImageUrl : IformFile&lt;/p&gt;&lt;p style=&quot;margin:0px;margin-left:4px;&quot;&gt;&lt;br&gt;&lt;/p&gt;&lt;hr size=&quot;1&quot; style=&quot;border-style:solid;&quot;&gt;&lt;p style=&quot;margin:0px;margin-left:4px;&quot;&gt;&lt;br&gt;&lt;/p&gt;" style="verticalAlign=top;align=left;overflow=fill;html=1;whiteSpace=wrap;" parent="1" vertex="1">
                    <mxGeometry x="122.5" y="1285" width="170" height="150" as="geometry"/>
                </mxCell>
                <mxCell id="105" value="&lt;p style=&quot;margin:0px;margin-top:4px;text-align:center;&quot;&gt;&lt;/p&gt;&lt;p style=&quot;margin:0px;margin-left:4px;&quot;&gt;&lt;b&gt;LoginViewModelAdapter&lt;/b&gt;&lt;/p&gt;&lt;p style=&quot;margin:0px;margin-left:4px;&quot;&gt;&lt;br&gt;&lt;/p&gt;&lt;hr size=&quot;1&quot; style=&quot;border-style:solid;&quot;&gt;&lt;p style=&quot;margin:0px;margin-left:4px;&quot;&gt;&lt;span style=&quot;color: rgb(63, 63, 63); scrollbar-color: rgb(226, 226, 226) rgb(251, 251, 251); background-color: transparent;&quot;&gt;+Convert&lt;/span&gt;&lt;/p&gt;&lt;p style=&quot;text-align: center; margin: 0px 0px 0px 4px;&quot;&gt;&lt;span style=&quot;color: rgb(63, 63, 63); scrollbar-color: rgb(226, 226, 226) rgb(251, 251, 251); background-color: transparent;&quot;&gt;(&lt;/span&gt;&lt;span style=&quot;scrollbar-color: rgb(226, 226, 226) rgb(251, 251, 251); background-color: transparent; text-align: center; color: rgb(63, 63, 63);&quot;&gt;&amp;nbsp;{Token, EmployeeAccount}&lt;/span&gt;&lt;span style=&quot;background-color: transparent; scrollbar-color: rgb(226, 226, 226) rgb(251, 251, 251); color: rgb(63, 63, 63);&quot;&gt;)&lt;/span&gt;&lt;span style=&quot;background-color: transparent; color: rgb(63, 63, 63);&quot;&gt;：TokenResponse&lt;/span&gt;&lt;/p&gt;" style="verticalAlign=top;align=left;overflow=fill;html=1;whiteSpace=wrap;" parent="1" vertex="1">
                    <mxGeometry x="2520" y="1120" width="240" height="120" as="geometry"/>
                </mxCell>
                <mxCell id="112" value="" style="endArrow=open;startArrow=circlePlus;endFill=0;startFill=0;endSize=8;html=1;" parent="1" source="102" target="101" edge="1">
                    <mxGeometry width="160" relative="1" as="geometry">
                        <mxPoint x="650" y="1450" as="sourcePoint"/>
                        <mxPoint x="810" y="1450" as="targetPoint"/>
                    </mxGeometry>
                </mxCell>
                <mxCell id="114" value="" style="endArrow=open;startArrow=circlePlus;endFill=0;startFill=0;endSize=8;html=1;" parent="1" source="99" target="98" edge="1">
                    <mxGeometry width="160" relative="1" as="geometry">
                        <mxPoint x="2170" y="1450" as="sourcePoint"/>
                        <mxPoint x="2330" y="1450" as="targetPoint"/>
                    </mxGeometry>
                </mxCell>
            </root>
        </mxGraphModel>
    </diagram>
</mxfile>